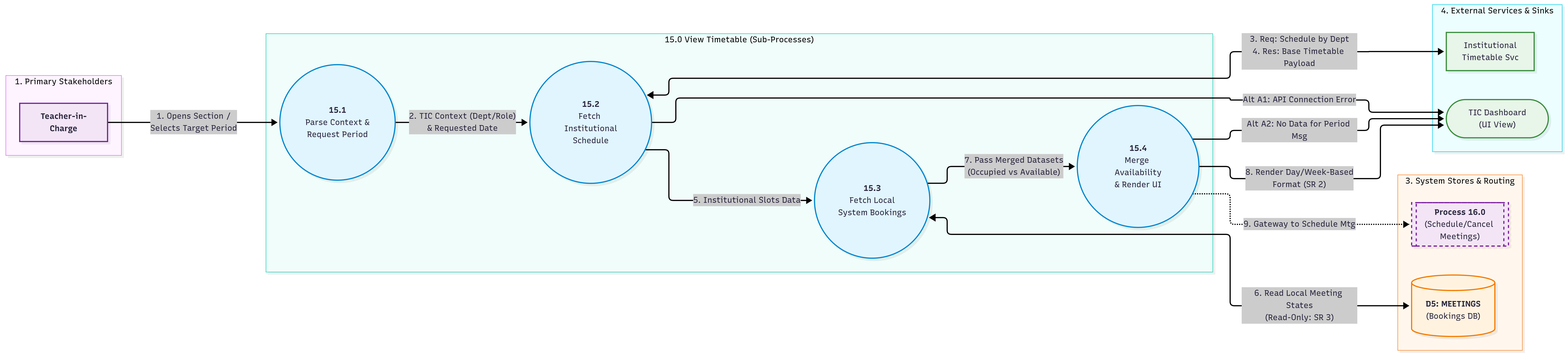
Before: SE/ideathon/documents/L2-DFD-T05.png, a diagram exported from Mermaid (aryanhrc3428/Semester-5). Its source is kept beside it as SE/ideathon/documents/L2-DFD-T05.mmd. The source it was exported from:
```mermaid
%%{init: {
  "flowchart": {
    "htmlLabels": true,
    "nodeSpacing": 40,
    "rankSpacing": 90,
    "padding": 15
  }
}}%%
flowchart LR

    subgraph Actors [" "]
        direction TB
        TIC["<b>Teacher-in-Charge</b>"]
    end

    subgraph SubProcesses [" "]
        direction TB
        P15_1(("<b>15.1</b><br/>Parse Context &<br/>Request Period"))
        P15_2(("<b>15.2</b><br/>Fetch Institutional<br/>Schedule"))
        P15_3(("<b>15.3</b><br/>Fetch Local<br/>System Bookings"))
        P15_4(("<b>15.4</b><br/>Merge Availability<br/>& Render UI"))
    end

    subgraph DataStores [" "]
        direction TB
        D5@{ shape: datastore, label: "<b>D5: MEETINGS</b><br/>(Bookings DB)" }
        P16[["<b>Process 16.0</b><br/>(Schedule/Cancel Meetings)"]]
    end

    subgraph ExtServices [" "]
        direction TB
        ExtTimetable["Institutional<br/>Timetable Svc"]
        TICDash(["TIC Dashboard<br/>(UI View)"])
    end


    TIC -->|"1. Opens Section /<br/>Selects Target Period"| P15_1
    P15_1 -->|"2. TIC Context (Dept/Role)<br/>& Requested Date"| P15_2

    P15_2 <-->|"3. Req: Schedule by Dept<br/>4. Res: Base Timetable Payload"| ExtTimetable
    P15_2 -->|"Alt A1: API Connection Error"| TICDash

    P15_2 -->|"5. Institutional Slots Data"| P15_3
    P15_3 <-->|"6. Read Local Meeting States<br/>(Read-Only: SR 3)"| D5

    P15_3 -->|"7. Pass Merged Datasets<br/>(Occupied vs Available)"| P15_4
    P15_4 -->|"Alt A2: No Data for Period Msg"| TICDash
    P15_4 -->|"8. Render Day/Week-Based<br/>Format (SR 2)"| TICDash
    P15_4 -.->|"9. Gateway to Schedule Mtg"| P16

    classDef processStyle fill:#fff,stroke:#333,stroke-width:1px,color:#000
    classDef storeStyle fill:#fff,stroke:#333,stroke-width:1px,color:#000
    classDef actorStyle fill:#fff,stroke:#333,stroke-width:1px,color:#000
    classDef extStyle fill:#fff,stroke:#333,stroke-width:1px,color:#000
    classDef routeStyle fill:#fff,stroke:#333,stroke-width:1px,color:#000,stroke-dasharray: 5 5

    class P15_1,P15_2,P15_3,P15_4 processStyle;
    class D5 storeStyle;
    class P16 routeStyle;
    class TIC actorStyle;
    class ExtTimetable,TICDash extStyle;

    style Actors fill:none,stroke:#333,stroke-width:1px
    style SubProcesses fill:none,stroke:#333,stroke-width:1px
    style DataStores fill:none,stroke:#333,stroke-width:1px
    style ExtServices fill:none,stroke:#333,stroke-width:1px
```
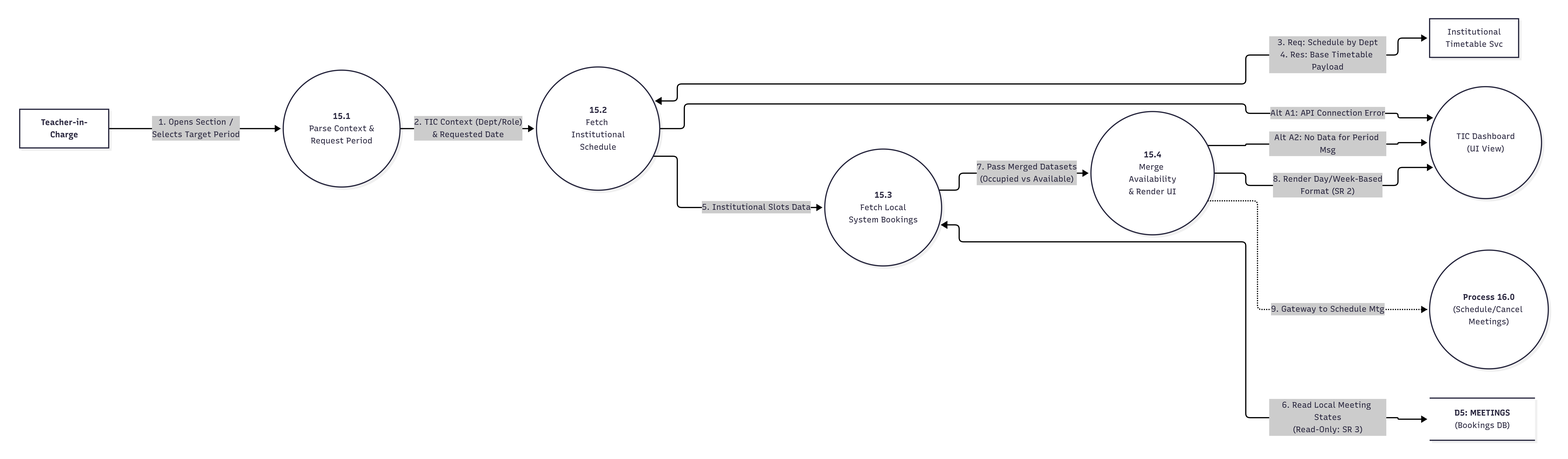
Above is the later version.

Change to the diagram source:
```diff
@@ -24,13 +24,13 @@
     subgraph DataStores [" "]
         direction TB
         D5@{ shape: datastore, label: "<b>D5: MEETINGS</b><br/>(Bookings DB)" }
-        P16[["<b>Process 16.0</b><br/>(Schedule/Cancel Meetings)"]]
+        P16(("<b>Process 16.0</b><br/>(Schedule/Cancel Meetings)"))
     end
 
     subgraph ExtServices [" "]
         direction TB
         ExtTimetable["Institutional<br/>Timetable Svc"]
-        TICDash(["TIC Dashboard<br/>(UI View)"])
+        TICDash(("TIC Dashboard<br/>(UI View)"))
     end
 
 
@@ -48,19 +48,7 @@
     P15_4 -->|"8. Render Day/Week-Based<br/>Format (SR 2)"| TICDash
     P15_4 -.->|"9. Gateway to Schedule Mtg"| P16
 
-    classDef processStyle fill:#fff,stroke:#333,stroke-width:1px,color:#000
-    classDef storeStyle fill:#fff,stroke:#333,stroke-width:1px,color:#000
-    classDef actorStyle fill:#fff,stroke:#333,stroke-width:1px,color:#000
-    classDef extStyle fill:#fff,stroke:#333,stroke-width:1px,color:#000
-    classDef routeStyle fill:#fff,stroke:#333,stroke-width:1px,color:#000,stroke-dasharray: 5 5
-
-    class P15_1,P15_2,P15_3,P15_4 processStyle;
-    class D5 storeStyle;
-    class P16 routeStyle;
-    class TIC actorStyle;
-    class ExtTimetable,TICDash extStyle;
-
-    style Actors fill:none,stroke:#333,stroke-width:1px
-    style SubProcesses fill:none,stroke:#333,stroke-width:1px
-    style DataStores fill:none,stroke:#333,stroke-width:1px
-    style ExtServices fill:none,stroke:#333,stroke-width:1px
+    style Actors fill:none, stroke:none
+    style DataStores fill:none, stroke:none
+    style SubProcesses fill:none, stroke:none
+    style ExtServices fill:none, stroke:none
```
